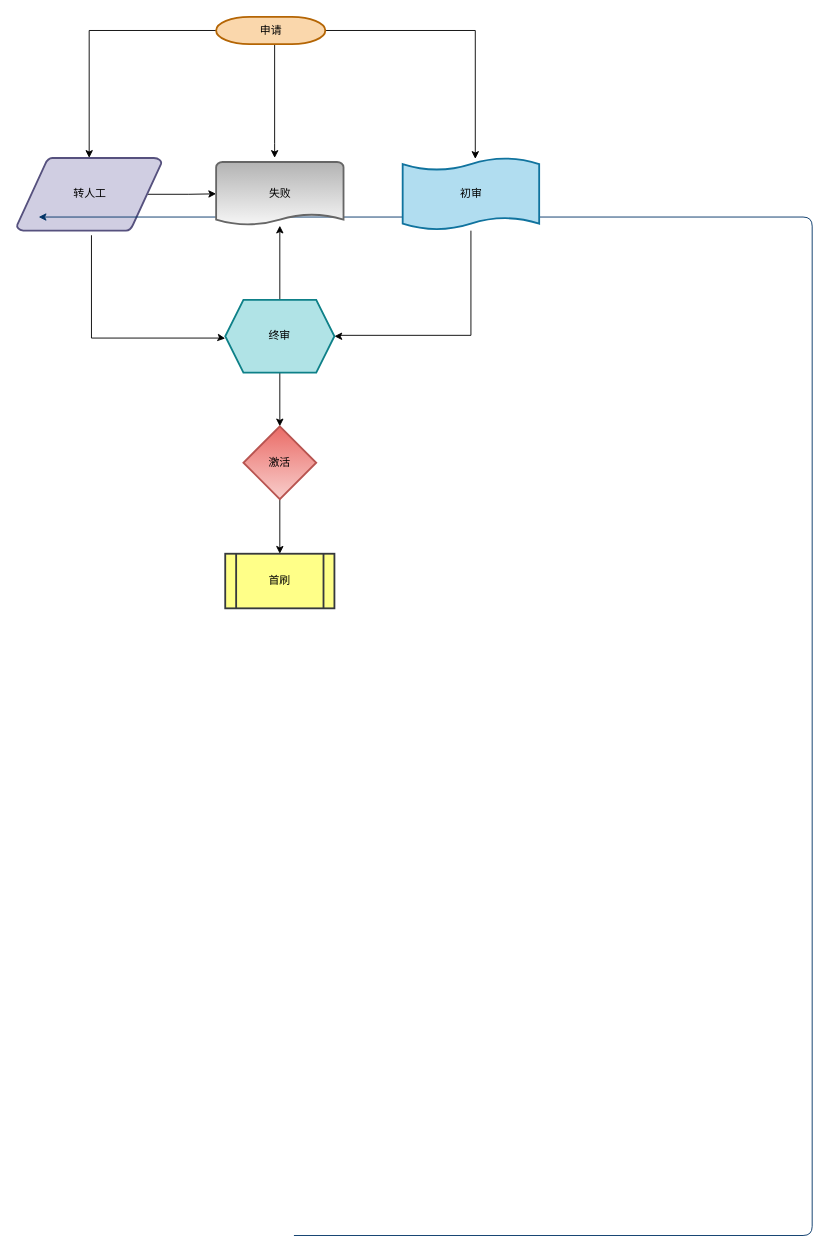
Earlier version of the draw.io diagram 2023-work-note/未命名绘图.drawio (PONYLEE/draw-io). Source tidied: cells renumbered, new cells numbered last; positions are measured from the earlier drawing's top-left corner, leaving out a move shared by most shapes. Both pictures are drawn from the tidied source at 91%, with x=0, y=0 at pixel (16, 16).
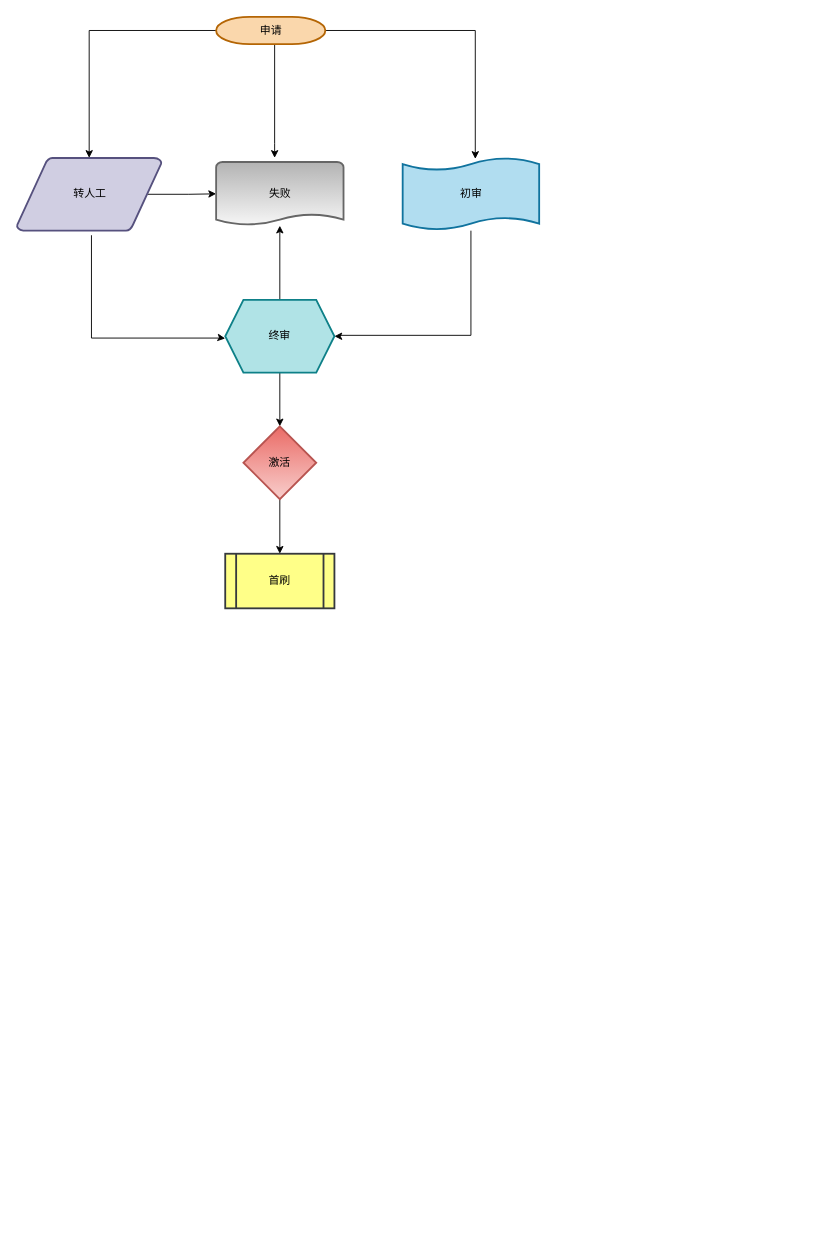
After the change.

Change to the diagram source:
```diff
@@
-    <mxCell id="8" style="edgeStyle=elbowEdgeStyle;elbow=horizontal;exitX=1;exitY=0.5;exitPerimeter=0;entryX=0.905;entryY=0.5;entryPerimeter=0;fontStyle=1;strokeColor=#003366;strokeWidth=1;html=1;" parent="1" edge="1">
-      <mxGeometry as="geometry">
-        <mxPoint x="304.5" y="1339.2" as="sourcePoint" />
-        <mxPoint x="24" y="220" as="targetPoint" />
-        <Array as="points">
-          <mxPoint x="874" y="1540" />
-        </Array>
-      </mxGeometry>
-    </mxCell>
```
